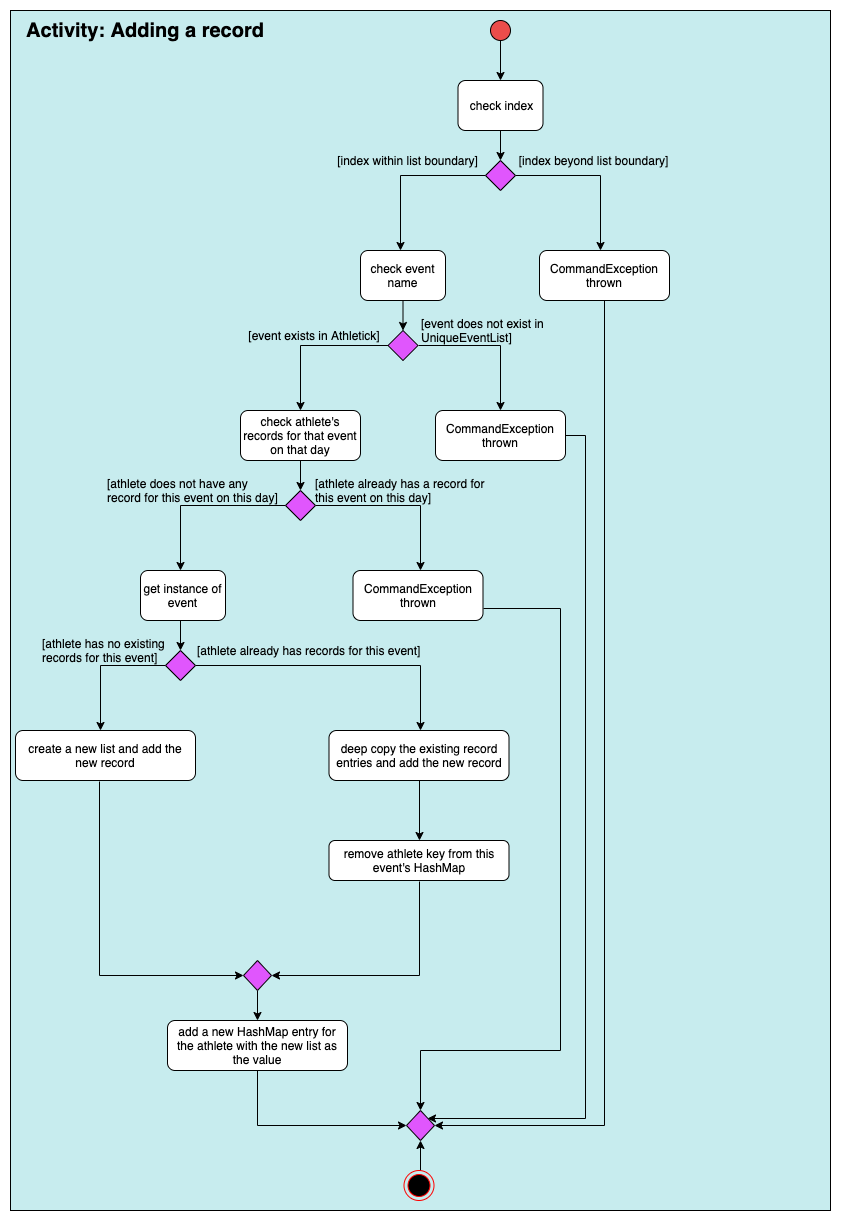
Before: docs/images/addrecord_activitydiagram.png, a diagram exported from draw.io (nus-cs2103-AY1920S1/addressbook-level3). Source tidied: cells renumbered, new cells last; positions are measured from the earlier drawing's top-left corner, leaving out a move shared by most shapes. Source of this version:
```xml
<mxGraphModel>
  <root>
    <mxCell id="0" />
    <mxCell id="1" parent="0" />
    <mxCell id="2" value="x#7ed6df" style="rounded=0;whiteSpace=wrap;html=1;strokeColor=#000000;fillColor=#c7ecee;" parent="1" vertex="1">
      <mxGeometry width="820" height="1200" as="geometry" />
    </mxCell>
    <mxCell id="3" value="check index" style="rounded=1;whiteSpace=wrap;html=1;" parent="1" vertex="1">
      <mxGeometry x="447.5" y="70" width="85" height="50" as="geometry" />
    </mxCell>
    <mxCell id="4" style="ellipse;whiteSpace=wrap;html=1;fillColor=#eb4d4b;" parent="1" vertex="1">
      <mxGeometry x="480" y="10" width="20" height="20" as="geometry" />
    </mxCell>
    <mxCell id="5" style="endArrow=classic;html=1;exitX=0.5;exitY=1;exitDx=0;exitDy=0;" parent="1" edge="1" source="4" target="3">
      <mxGeometry relative="1" as="geometry" />
    </mxCell>
    <mxCell id="6" style="edgeStyle=orthogonalEdgeStyle;rounded=0;jettySize=auto;html=1;exitX=1;exitY=0.5;exitDx=0;exitDy=0;" parent="1" edge="1" source="8">
      <mxGeometry relative="1" as="geometry">
        <mxPoint x="590" y="240" as="targetPoint" />
      </mxGeometry>
    </mxCell>
    <mxCell id="7" style="edgeStyle=orthogonalEdgeStyle;rounded=0;jettySize=auto;html=1;exitX=0;exitY=0.5;exitDx=0;exitDy=0;" parent="1" edge="1" source="8">
      <mxGeometry relative="1" as="geometry">
        <mxPoint x="390" y="240" as="targetPoint" />
      </mxGeometry>
    </mxCell>
    <mxCell id="8" style="rhombus;whiteSpace=wrap;html=1;strokeColor=#000000;fillColor=#e056fd;" parent="1" vertex="1">
      <mxGeometry x="475" y="150" width="30" height="30" as="geometry" />
    </mxCell>
    <mxCell id="9" style="endArrow=classic;html=1;exitX=0.5;exitY=1;exitDx=0;exitDy=0;entryX=0.5;entryY=0;entryDx=0;entryDy=0;" parent="1" edge="1" source="3" target="8">
      <mxGeometry relative="1" as="geometry" />
    </mxCell>
    <mxCell id="10" value="[index within list boundary]" style="text;html=1;strokeColor=none;fillColor=none;align=center;verticalAlign=middle;whiteSpace=wrap;rounded=0;" parent="1" vertex="1">
      <mxGeometry x="320" y="140" width="155" height="20" as="geometry" />
    </mxCell>
    <mxCell id="11" value="[index beyond list boundary]" style="text;html=1;strokeColor=none;fillColor=none;align=center;verticalAlign=middle;whiteSpace=wrap;rounded=0;" parent="1" vertex="1">
      <mxGeometry x="505" y="140" width="155" height="20" as="geometry" />
    </mxCell>
    <mxCell id="12" value="check event name" style="rounded=1;whiteSpace=wrap;html=1;" parent="1" vertex="1">
      <mxGeometry x="350" y="240" width="85" height="50" as="geometry" />
    </mxCell>
    <mxCell id="13" style="edgeStyle=orthogonalEdgeStyle;rounded=0;jettySize=auto;html=1;exitX=0;exitY=0.5;exitDx=0;exitDy=0;" parent="1" edge="1" source="15">
      <mxGeometry relative="1" as="geometry">
        <mxPoint x="290" y="400" as="targetPoint" />
      </mxGeometry>
    </mxCell>
    <mxCell id="14" style="edgeStyle=orthogonalEdgeStyle;rounded=0;jettySize=auto;html=1;exitX=1;exitY=0.5;exitDx=0;exitDy=0;" parent="1" edge="1" source="15">
      <mxGeometry relative="1" as="geometry">
        <mxPoint x="490" y="400" as="targetPoint" />
      </mxGeometry>
    </mxCell>
    <mxCell id="15" style="rhombus;whiteSpace=wrap;html=1;strokeColor=#000000;fillColor=#e056fd;" parent="1" vertex="1">
      <mxGeometry x="377.5" y="320" width="30" height="30" as="geometry" />
    </mxCell>
    <mxCell id="16" style="endArrow=classic;html=1;exitX=0.5;exitY=1;exitDx=0;exitDy=0;entryX=0.5;entryY=0;entryDx=0;entryDy=0;" parent="1" edge="1" source="12" target="15">
      <mxGeometry relative="1" as="geometry" />
    </mxCell>
    <mxCell id="17" value="[event exists in Athletick]" style="text;html=1;strokeColor=none;fillColor=none;align=center;verticalAlign=middle;whiteSpace=wrap;rounded=0;" parent="1" vertex="1">
      <mxGeometry x="227.5" y="315" width="150" height="20" as="geometry" />
    </mxCell>
    <mxCell id="18" value="[event does not exist in UniqueEventList]" style="text;html=1;strokeColor=none;fillColor=none;align=left;verticalAlign=middle;whiteSpace=wrap;rounded=0;" parent="1" vertex="1">
      <mxGeometry x="408.5" y="310" width="163" height="20" as="geometry" />
    </mxCell>
    <mxCell id="19" value="check athlete's records for that event on that day" style="rounded=1;whiteSpace=wrap;html=1;" parent="1" vertex="1">
      <mxGeometry x="230" y="400" width="120" height="50" as="geometry" />
    </mxCell>
    <mxCell id="20" style="endArrow=classic;html=1;exitX=0.5;exitY=1;exitDx=0;exitDy=0;" parent="1" edge="1" source="19">
      <mxGeometry relative="1" as="geometry">
        <mxPoint x="290" y="480" as="targetPoint" />
      </mxGeometry>
    </mxCell>
    <mxCell id="21" style="edgeStyle=orthogonalEdgeStyle;rounded=0;jettySize=auto;html=1;exitX=0;exitY=0.5;exitDx=0;exitDy=0;" parent="1" edge="1" source="23">
      <mxGeometry relative="1" as="geometry">
        <mxPoint x="170" y="560" as="targetPoint" />
      </mxGeometry>
    </mxCell>
    <mxCell id="22" style="edgeStyle=orthogonalEdgeStyle;rounded=0;jettySize=auto;html=1;exitX=1;exitY=0.5;exitDx=0;exitDy=0;" parent="1" edge="1" source="23">
      <mxGeometry relative="1" as="geometry">
        <mxPoint x="410" y="560" as="targetPoint" />
      </mxGeometry>
    </mxCell>
    <mxCell id="23" style="rhombus;whiteSpace=wrap;html=1;strokeColor=#000000;fillColor=#e056fd;" parent="1" vertex="1">
      <mxGeometry x="275" y="480" width="30" height="30" as="geometry" />
    </mxCell>
    <mxCell id="24" value="[athlete does not have any record for this event on this day]" style="text;html=1;strokeColor=none;fillColor=none;align=left;verticalAlign=middle;whiteSpace=wrap;rounded=0;" parent="1" vertex="1">
      <mxGeometry x="95" y="470" width="180" height="20" as="geometry" />
    </mxCell>
    <mxCell id="25" value="[athlete already has a record for this event on this day]" style="text;html=1;strokeColor=none;fillColor=none;align=left;verticalAlign=middle;whiteSpace=wrap;rounded=0;" parent="1" vertex="1">
      <mxGeometry x="302.5" y="470" width="180" height="20" as="geometry" />
    </mxCell>
    <mxCell id="26" style="endArrow=classic;html=1;" parent="1" edge="1">
      <mxGeometry relative="1" as="geometry">
        <mxPoint x="170" y="610" as="sourcePoint" />
        <mxPoint x="170" y="640" as="targetPoint" />
      </mxGeometry>
    </mxCell>
    <mxCell id="27" value="get instance of event" style="rounded=1;whiteSpace=wrap;html=1;" parent="1" vertex="1">
      <mxGeometry x="130" y="560" width="85" height="50" as="geometry" />
    </mxCell>
    <mxCell id="28" style="edgeStyle=orthogonalEdgeStyle;rounded=0;jettySize=auto;html=1;exitX=0;exitY=0.5;exitDx=0;exitDy=0;" parent="1" edge="1" source="30">
      <mxGeometry relative="1" as="geometry">
        <mxPoint x="90" y="720" as="targetPoint" />
      </mxGeometry>
    </mxCell>
    <mxCell id="29" style="edgeStyle=orthogonalEdgeStyle;rounded=0;jettySize=auto;html=1;exitX=1;exitY=0.5;exitDx=0;exitDy=0;" parent="1" edge="1" source="30">
      <mxGeometry relative="1" as="geometry">
        <mxPoint x="410" y="720" as="targetPoint" />
      </mxGeometry>
    </mxCell>
    <mxCell id="30" style="rhombus;whiteSpace=wrap;html=1;strokeColor=#000000;fillColor=#e056fd;" parent="1" vertex="1">
      <mxGeometry x="155" y="640" width="30" height="30" as="geometry" />
    </mxCell>
    <mxCell id="31" value="[athlete already has records for this event]" style="text;html=1;strokeColor=none;fillColor=none;align=left;verticalAlign=middle;whiteSpace=wrap;rounded=0;" parent="1" vertex="1">
      <mxGeometry x="185" y="630" width="235" height="20" as="geometry" />
    </mxCell>
    <mxCell id="32" value="[athlete has no existing records for this event]" style="text;html=1;strokeColor=none;fillColor=none;align=left;verticalAlign=middle;whiteSpace=wrap;rounded=0;" parent="1" vertex="1">
      <mxGeometry x="30" y="630" width="150" height="20" as="geometry" />
    </mxCell>
    <mxCell id="33" style="edgeStyle=orthogonalEdgeStyle;rounded=0;jettySize=auto;html=1;exitX=0.5;exitY=1;exitDx=0;exitDy=0;" parent="1" edge="1" source="34">
      <mxGeometry relative="1" as="geometry">
        <mxPoint x="409" y="830" as="targetPoint" />
      </mxGeometry>
    </mxCell>
    <mxCell id="34" value="deep copy the existing record entries and add the new record" style="rounded=1;whiteSpace=wrap;html=1;" parent="1" vertex="1">
      <mxGeometry x="318.5" y="720" width="180" height="50" as="geometry" />
    </mxCell>
    <mxCell id="35" value="create a new list and add the new record" style="rounded=1;whiteSpace=wrap;html=1;" parent="1" vertex="1">
      <mxGeometry x="5" y="720" width="180" height="50" as="geometry" />
    </mxCell>
    <mxCell id="36" style="edgeStyle=orthogonalEdgeStyle;rounded=0;jettySize=auto;html=1;exitX=0.467;exitY=1.02;exitDx=0;exitDy=0;exitPerimeter=0;entryX=0;entryY=0.5;entryDx=0;entryDy=0;" parent="1" edge="1" source="35" target="42">
      <mxGeometry relative="1" as="geometry">
        <Array as="points">
          <mxPoint x="89" y="965" />
        </Array>
      </mxGeometry>
    </mxCell>
    <mxCell id="37" value="remove athlete key from this event's HashMap" style="rounded=1;whiteSpace=wrap;html=1;" parent="1" vertex="1">
      <mxGeometry x="318.5" y="830" width="180" height="40" as="geometry" />
    </mxCell>
    <mxCell id="38" style="edgeStyle=orthogonalEdgeStyle;rounded=0;jettySize=auto;html=1;exitX=0.5;exitY=1;exitDx=0;exitDy=0;entryX=0;entryY=0.5;entryDx=0;entryDy=0;" parent="1" edge="1" source="39" target="49">
      <mxGeometry relative="1" as="geometry" />
    </mxCell>
    <mxCell id="39" value="add a new HashMap entry for the athlete with the new list as the value" style="rounded=1;whiteSpace=wrap;html=1;" parent="1" vertex="1">
      <mxGeometry x="157" y="1010" width="180" height="50" as="geometry" />
    </mxCell>
    <mxCell id="40" style="edgeStyle=orthogonalEdgeStyle;rounded=0;jettySize=auto;html=1;entryX=1;entryY=0.5;entryDx=0;entryDy=0;" parent="1" edge="1" target="42">
      <mxGeometry relative="1" as="geometry">
        <mxPoint x="409" y="871" as="sourcePoint" />
        <Array as="points">
          <mxPoint x="409" y="965" />
        </Array>
      </mxGeometry>
    </mxCell>
    <mxCell id="41" style="edgeStyle=orthogonalEdgeStyle;rounded=0;jettySize=auto;html=1;exitX=0.5;exitY=1;exitDx=0;exitDy=0;" parent="1" edge="1" source="42" target="39">
      <mxGeometry relative="1" as="geometry" />
    </mxCell>
    <mxCell id="42" style="rhombus;whiteSpace=wrap;html=1;strokeColor=#000000;fillColor=#e056fd;" parent="1" vertex="1">
      <mxGeometry x="233" y="950" width="28" height="30" as="geometry" />
    </mxCell>
    <mxCell id="43" style="edgeStyle=orthogonalEdgeStyle;rounded=0;jettySize=auto;html=1;exitX=0.5;exitY=1;exitDx=0;exitDy=0;entryX=1;entryY=0.5;entryDx=0;entryDy=0;" parent="1" edge="1" source="44" target="49">
      <mxGeometry relative="1" as="geometry" />
    </mxCell>
    <mxCell id="44" value="CommandException thrown" style="rounded=1;whiteSpace=wrap;html=1;" parent="1" vertex="1">
      <mxGeometry x="529" y="240" width="130" height="50" as="geometry" />
    </mxCell>
    <mxCell id="45" style="edgeStyle=orthogonalEdgeStyle;rounded=0;jettySize=auto;html=1;exitX=1;exitY=0.5;exitDx=0;exitDy=0;entryX=1;entryY=0;entryDx=0;entryDy=0;" parent="1" edge="1" source="46" target="49">
      <mxGeometry relative="1" as="geometry">
        <Array as="points">
          <mxPoint x="575" y="425" />
          <mxPoint x="575" y="1108" />
        </Array>
      </mxGeometry>
    </mxCell>
    <mxCell id="46" value="CommandException thrown" style="rounded=1;whiteSpace=wrap;html=1;" parent="1" vertex="1">
      <mxGeometry x="425" y="400" width="130" height="50" as="geometry" />
    </mxCell>
    <mxCell id="47" style="edgeStyle=orthogonalEdgeStyle;rounded=0;jettySize=auto;html=1;exitX=1;exitY=0.75;exitDx=0;exitDy=0;entryX=0.5;entryY=0;entryDx=0;entryDy=0;" parent="1" edge="1" source="48" target="49">
      <mxGeometry relative="1" as="geometry">
        <Array as="points">
          <mxPoint x="550" y="598" />
          <mxPoint x="550" y="1040" />
          <mxPoint x="410" y="1040" />
        </Array>
      </mxGeometry>
    </mxCell>
    <mxCell id="48" value="CommandException thrown" style="rounded=1;whiteSpace=wrap;html=1;" parent="1" vertex="1">
      <mxGeometry x="342.5" y="560" width="130" height="50" as="geometry" />
    </mxCell>
    <mxCell id="49" style="rhombus;whiteSpace=wrap;html=1;strokeColor=#000000;fillColor=#e056fd;" parent="1" vertex="1">
      <mxGeometry x="396" y="1100" width="28" height="30" as="geometry" />
    </mxCell>
    <mxCell id="50" style="edgeStyle=orthogonalEdgeStyle;rounded=0;jettySize=auto;html=1;exitX=0.5;exitY=0;exitDx=0;exitDy=0;entryX=0.5;entryY=1;entryDx=0;entryDy=0;" parent="1" edge="1" source="51" target="49">
      <mxGeometry relative="1" as="geometry" />
    </mxCell>
    <mxCell id="51" style="ellipse;html=1;shape=endState;fillColor=#000000;strokeColor=#ff0000;" parent="1" vertex="1">
      <mxGeometry x="393.5" y="1160" width="30" height="30" as="geometry" />
    </mxCell>
    <mxCell id="52" value="&lt;font style=&quot;font-size: 20px&quot;&gt;&lt;b&gt;Activity: Adding a record&lt;/b&gt;&lt;/font&gt;" style="text;html=1;strokeColor=none;fillColor=none;align=center;verticalAlign=middle;whiteSpace=wrap;rounded=0;" parent="1" vertex="1">
      <mxGeometry y="10" width="270" height="20" as="geometry" />
    </mxCell>
  </root>
</mxGraphModel>
```
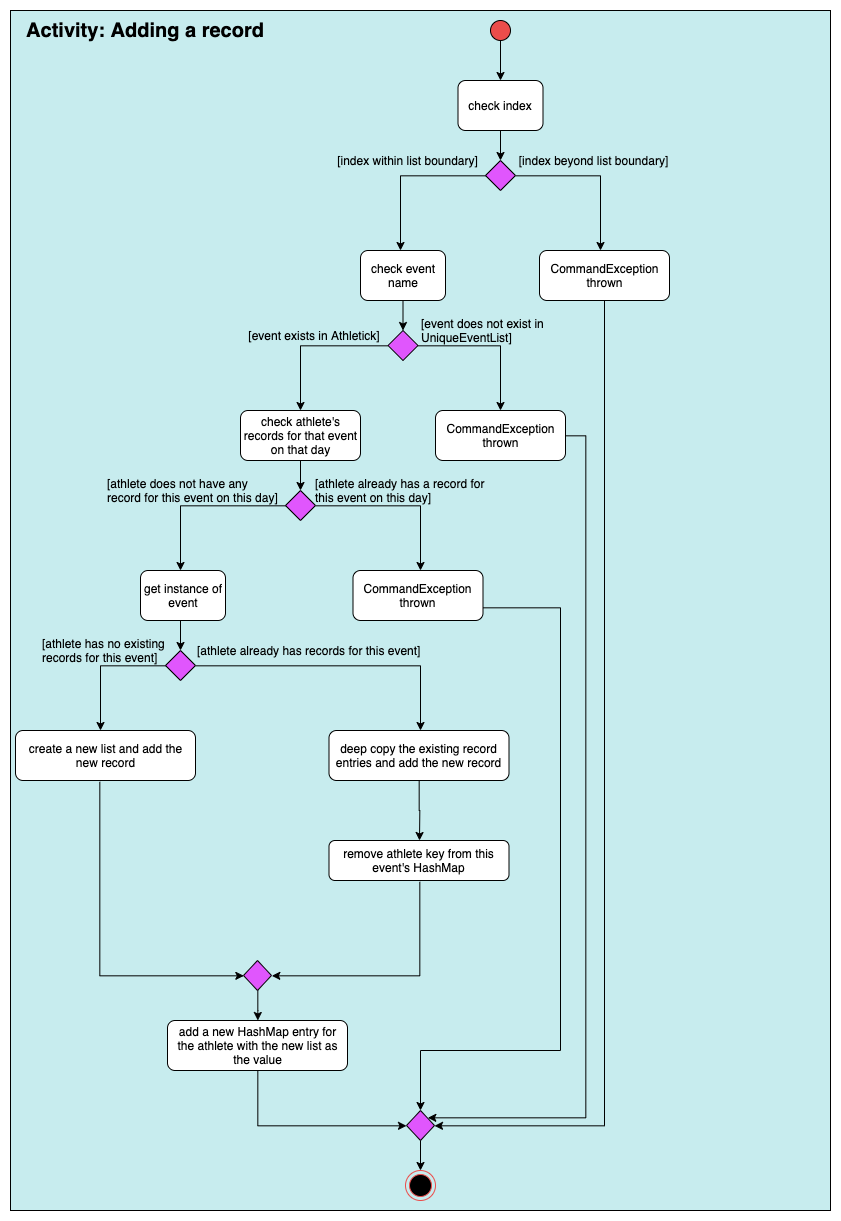
Later version of the same file.

Commit message:
Fix direction of arrow in activity diagram

What changed in the source:
```diff
@@ -189,14 +189,14 @@
     <mxCell id="49" style="rhombus;whiteSpace=wrap;html=1;strokeColor=#000000;fillColor=#e056fd;" parent="1" vertex="1">
       <mxGeometry x="396" y="1100" width="28" height="30" as="geometry" />
     </mxCell>
-    <mxCell id="50" style="edgeStyle=orthogonalEdgeStyle;rounded=0;jettySize=auto;html=1;exitX=0.5;exitY=0;exitDx=0;exitDy=0;entryX=0.5;entryY=1;entryDx=0;entryDy=0;" parent="1" edge="1" source="51" target="49">
-      <mxGeometry relative="1" as="geometry" />
-    </mxCell>
-    <mxCell id="51" style="ellipse;html=1;shape=endState;fillColor=#000000;strokeColor=#ff0000;" parent="1" vertex="1">
-      <mxGeometry x="393.5" y="1160" width="30" height="30" as="geometry" />
+    <mxCell id="51" style="ellipse;html=1;shape=endState;fillColor=#000000;strokeColor=#eb4d4b;" parent="1" vertex="1">
+      <mxGeometry x="395" y="1160" width="30" height="30" as="geometry" />
     </mxCell>
     <mxCell id="52" value="&lt;font style=&quot;font-size: 20px&quot;&gt;&lt;b&gt;Activity: Adding a record&lt;/b&gt;&lt;/font&gt;" style="text;html=1;strokeColor=none;fillColor=none;align=center;verticalAlign=middle;whiteSpace=wrap;rounded=0;" parent="1" vertex="1">
       <mxGeometry y="10" width="270" height="20" as="geometry" />
     </mxCell>
+    <mxCell id="53" style="endArrow=classic;html=1;exitX=0.5;exitY=1;exitDx=0;exitDy=0;entryX=0.5;entryY=0;entryDx=0;entryDy=0;" parent="1" edge="1" source="49" target="51">
+      <mxGeometry relative="1" as="geometry" />
+    </mxCell>
   </root>
 </mxGraphModel>
```
